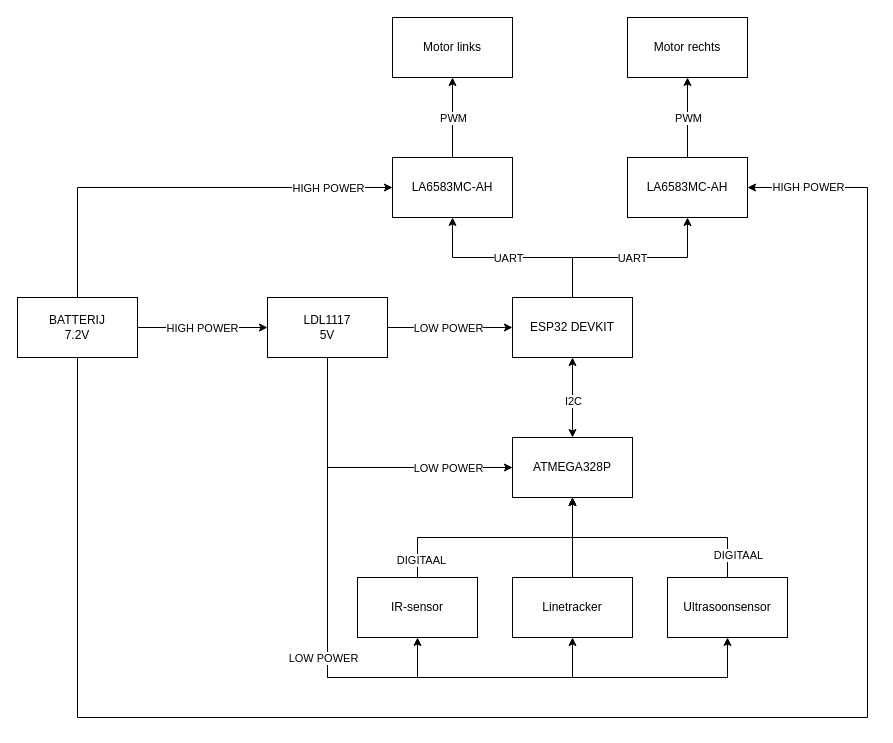
Earlier version of the draw.io diagram page "Blokdiagram" (2 of 2) of Documentatie/Analyse.drawio (Sten-AP/Smart-Systems). Source tidied: cells renumbered, new cells numbered last; positions are measured from the earlier drawing's top-left corner, leaving out a move shared by most shapes. Both pictures are drawn from the tidied source at 100%, with x=0, y=0 at pixel (17, 17).
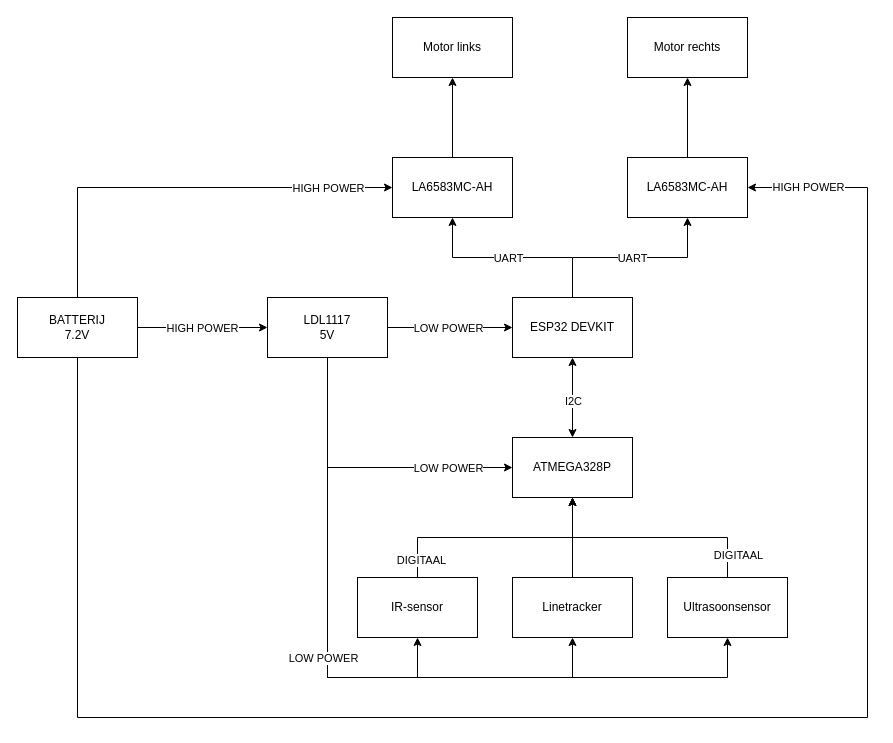
After the change.

The change refers to these unchanged cells:
```xml
<mxCell id="31" style="edgeStyle=orthogonalEdgeStyle;rounded=0;jettySize=auto;html=1;" parent="1" edge="1" source="33" target="39">
  <mxGeometry relative="1" as="geometry" />
</mxCell>
<mxCell id="40" style="endArrow=classic;html=1;" parent="1" edge="1" source="30" target="38">
  <mxGeometry relative="1" as="geometry" />
</mxCell>
```

What changed in the source:
```diff
@@
-    <mxCell id="32" value="PWM" style="edgeLabel;html=1;align=center;verticalAlign=middle;" parent="31" vertex="1">
-      <mxGeometry x="-0.26" y="-1" relative="1" as="geometry">
-        <mxPoint x="-1" y="-10" as="offset" />
-      </mxGeometry>
-    </mxCell>
@@
-    <mxCell id="41" value="PWM" style="edgeLabel;html=1;align=center;verticalAlign=middle;" parent="40" vertex="1">
-      <mxGeometry x="0.32" relative="1" as="geometry">
-        <mxPoint y="13" as="offset" />
-      </mxGeometry>
-    </mxCell>
```
